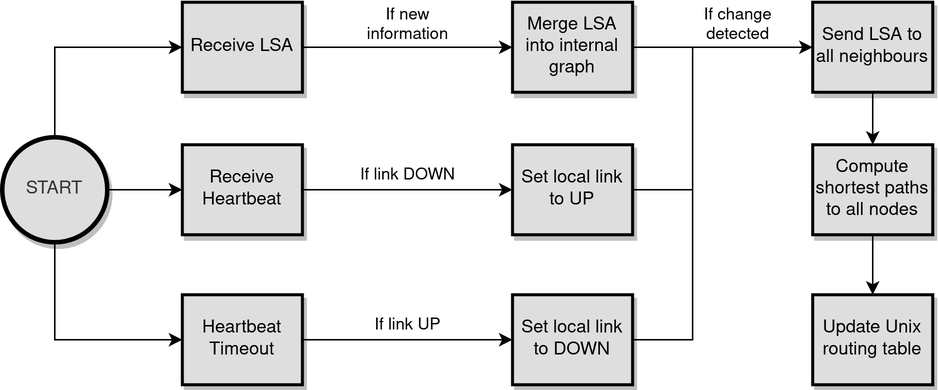
Above: images/flowchart_lsr.png in benmandrew/DTLSR-Dissertation (draw.io), before the change. Source tidied: cells renumbered, new cells last; positions are measured from the earlier drawing's top-left corner, leaving out a move shared by most shapes.
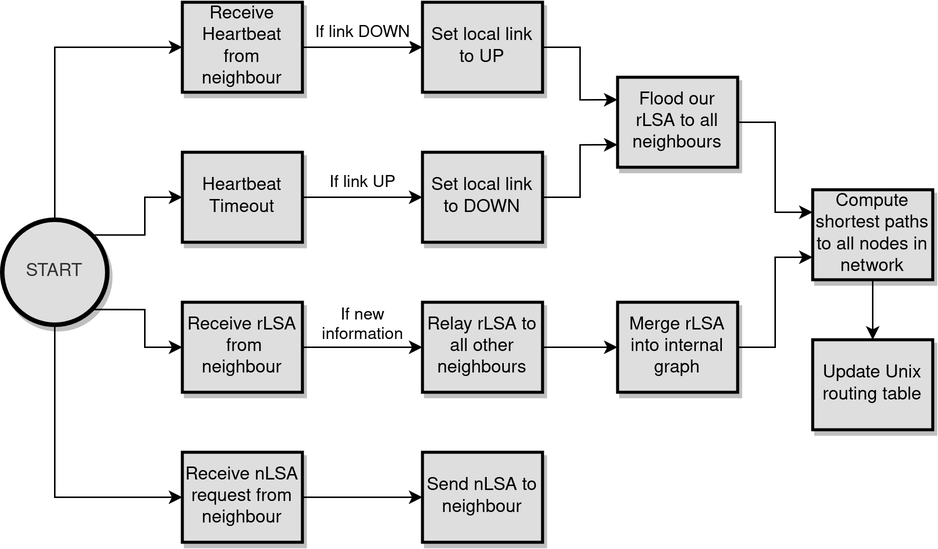
After the commit.

What changed in the source:
```diff
@@ -2,77 +2,86 @@
   <root>
     <mxCell id="0" />
     <mxCell id="1" parent="0" />
-    <mxCell id="2" style="edgeStyle=orthogonalEdgeStyle;rounded=0;jettySize=auto;html=1;exitX=1;exitY=0.5;exitDx=0;exitDy=0;endArrow=none;endFill=0;" parent="1" edge="1" source="13">
-      <mxGeometry relative="1" as="geometry">
-        <mxPoint x="460" y="125" as="targetPoint" />
-      </mxGeometry>
-    </mxCell>
-    <mxCell id="3" value="&lt;div&gt;&lt;span style=&quot;background-color: rgb(255 , 255 , 255)&quot;&gt;If new&lt;/span&gt;&lt;/div&gt;&lt;div&gt;&lt;span style=&quot;background-color: rgb(255 , 255 , 255)&quot;&gt;information&lt;/span&gt;&lt;/div&gt;" style="edgeStyle=orthogonalEdgeStyle;rounded=0;jettySize=auto;html=1;exitX=1;exitY=0.5;exitDx=0;exitDy=0;entryX=0;entryY=0.5;entryDx=0;entryDy=0;" parent="1" edge="1" source="4" target="8">
+    <mxCell id="3" value="&lt;div&gt;&lt;span style=&quot;background-color: rgb(255 , 255 , 255)&quot;&gt;If new&lt;/span&gt;&lt;/div&gt;&lt;div&gt;&lt;span style=&quot;background-color: rgb(255 , 255 , 255)&quot;&gt;information&lt;/span&gt;&lt;/div&gt;" style="edgeStyle=orthogonalEdgeStyle;rounded=0;jettySize=auto;html=1;exitX=1;exitY=0.5;exitDx=0;exitDy=0;entryX=0;entryY=0.5;entryDx=0;entryDy=0;" parent="1" edge="1" source="4" target="28">
       <mxGeometry y="15" relative="1" as="geometry" />
     </mxCell>
-    <mxCell id="4" value="&lt;div&gt;Receive LSA&lt;/div&gt;" style="rounded=0;whiteSpace=wrap;html=1;fillColor=#DEDEDE;strokeWidth=2;shadow=1;" parent="1" vertex="1">
-      <mxGeometry x="120" width="80" height="60" as="geometry" />
+    <mxCell id="4" value="&lt;div&gt;Receive rLSA&lt;/div&gt;&amp;nbsp;from neighbour" style="rounded=0;whiteSpace=wrap;html=1;fillColor=#DEDEDE;strokeWidth=2;shadow=1;" parent="1" vertex="1">
+      <mxGeometry x="130" y="215" width="80" height="60" as="geometry" />
     </mxCell>
     <mxCell id="5" value="&lt;span style=&quot;background-color: rgb(255 , 255 , 255)&quot;&gt;If link DOWN&lt;/span&gt;" style="edgeStyle=orthogonalEdgeStyle;rounded=0;jettySize=auto;html=1;exitX=1;exitY=0.5;exitDx=0;exitDy=0;entryX=0;entryY=0.5;entryDx=0;entryDy=0;" parent="1" edge="1" source="6" target="12">
       <mxGeometry y="10" relative="1" as="geometry" />
     </mxCell>
-    <mxCell id="6" value="Receive Heartbeat" style="rounded=0;whiteSpace=wrap;html=1;fillColor=#DEDEDE;strokeWidth=2;shadow=1;" parent="1" vertex="1">
-      <mxGeometry x="120" y="95" width="80" height="60" as="geometry" />
+    <mxCell id="6" value="Receive Heartbeat from neighbour" style="rounded=0;whiteSpace=wrap;html=1;fillColor=#DEDEDE;strokeWidth=2;shadow=1;" parent="1" vertex="1">
+      <mxGeometry x="130" y="15" width="80" height="60" as="geometry" />
     </mxCell>
-    <mxCell id="7" style="edgeStyle=orthogonalEdgeStyle;rounded=0;jettySize=auto;html=1;exitX=1;exitY=0.5;exitDx=0;exitDy=0;endArrow=none;endFill=0;" parent="1" edge="1" source="8">
-      <mxGeometry relative="1" as="geometry">
-        <mxPoint x="460" y="125" as="targetPoint" />
-      </mxGeometry>
-    </mxCell>
+    <mxCell id="23" style="edgeStyle=orthogonalEdgeStyle;rounded=0;jettySize=auto;html=1;exitX=1;exitY=0.5;exitDx=0;exitDy=0;entryX=0;entryY=0.75;entryDx=0;entryDy=0;startArrow=none;startFill=0;endArrow=classic;endFill=1;" parent="1" edge="1" source="8" target="21">
+      <mxGeometry relative="1" as="geometry" />
+    </mxCell>
-    <mxCell id="8" value="Merge LSA into internal graph" style="rounded=0;whiteSpace=wrap;html=1;fillColor=#DEDEDE;strokeWidth=2;shadow=1;" parent="1" vertex="1">
-      <mxGeometry x="340" width="80" height="60" as="geometry" />
+    <mxCell id="8" value="Merge rLSA into internal graph" style="rounded=0;whiteSpace=wrap;html=1;fillColor=#DEDEDE;strokeWidth=2;shadow=1;" parent="1" vertex="1">
+      <mxGeometry x="420" y="215" width="80" height="60" as="geometry" />
     </mxCell>
     <mxCell id="9" value="&lt;span style=&quot;background-color: rgb(255 , 255 , 255)&quot;&gt;If link UP&lt;/span&gt;" style="edgeStyle=orthogonalEdgeStyle;rounded=0;jettySize=auto;html=1;exitX=1;exitY=0.5;exitDx=0;exitDy=0;entryX=0;entryY=0.5;entryDx=0;entryDy=0;" parent="1" edge="1" source="10" target="13">
       <mxGeometry y="10" relative="1" as="geometry" />
     </mxCell>
     <mxCell id="10" value="Heartbeat Timeout" style="rounded=0;whiteSpace=wrap;html=1;fillColor=#DEDEDE;strokeWidth=2;shadow=1;" parent="1" vertex="1">
-      <mxGeometry x="120" y="195" width="80" height="60" as="geometry" />
+      <mxGeometry x="130" y="115" width="80" height="60" as="geometry" />
     </mxCell>
-    <mxCell id="11" value="&lt;div&gt;&lt;span style=&quot;background-color: rgb(255 , 255 , 255)&quot;&gt;If change&lt;/span&gt;&lt;/div&gt;&lt;div&gt;&lt;span style=&quot;background-color: rgb(255 , 255 , 255)&quot;&gt;detected&lt;br&gt;&lt;/span&gt;&lt;/div&gt;" style="edgeStyle=orthogonalEdgeStyle;rounded=0;jettySize=auto;html=1;exitX=1;exitY=0.5;exitDx=0;exitDy=0;entryX=0;entryY=0.5;entryDx=0;entryDy=0;endArrow=classic;endFill=1;" parent="1" edge="1" source="12" target="15">
-      <mxGeometry x="0.53" y="15" relative="1" as="geometry">
-        <Array as="points">
-          <mxPoint x="460" y="125" />
-          <mxPoint x="460" y="30" />
-        </Array>
-      </mxGeometry>
-    </mxCell>
+    <mxCell id="24" style="edgeStyle=orthogonalEdgeStyle;rounded=0;jettySize=auto;html=1;exitX=1;exitY=0.5;exitDx=0;exitDy=0;entryX=0;entryY=0.25;entryDx=0;entryDy=0;" parent="1" edge="1" source="12" target="33">
+      <mxGeometry relative="1" as="geometry" />
+    </mxCell>
     <mxCell id="12" value="Set local link to UP" style="rounded=0;whiteSpace=wrap;html=1;fillColor=#DEDEDE;strokeWidth=2;shadow=1;" parent="1" vertex="1">
-      <mxGeometry x="340" y="95" width="80" height="60" as="geometry" />
+      <mxGeometry x="290" y="15" width="80" height="60" as="geometry" />
     </mxCell>
+    <mxCell id="25" style="edgeStyle=orthogonalEdgeStyle;rounded=0;jettySize=auto;html=1;exitX=1;exitY=0.5;exitDx=0;exitDy=0;entryX=0;entryY=0.75;entryDx=0;entryDy=0;" parent="1" edge="1" source="13" target="33">
+      <mxGeometry relative="1" as="geometry" />
+    </mxCell>
     <mxCell id="13" value="Set local link to DOWN" style="rounded=0;whiteSpace=wrap;html=1;fillColor=#DEDEDE;strokeWidth=2;shadow=1;" parent="1" vertex="1">
-      <mxGeometry x="340" y="195" width="80" height="60" as="geometry" />
+      <mxGeometry x="290" y="115" width="80" height="60" as="geometry" />
     </mxCell>
-    <mxCell id="14" style="edgeStyle=orthogonalEdgeStyle;rounded=0;jettySize=auto;html=1;exitX=0.5;exitY=1;exitDx=0;exitDy=0;entryX=0.5;entryY=0;entryDx=0;entryDy=0;endArrow=classic;endFill=1;" parent="1" edge="1" source="15" target="21">
-      <mxGeometry relative="1" as="geometry" />
-    </mxCell>
-    <mxCell id="15" value="Send LSA to all neighbours" style="rounded=0;whiteSpace=wrap;html=1;fillColor=#DEDEDE;strokeWidth=2;shadow=1;" parent="1" vertex="1">
-      <mxGeometry x="540" width="80" height="60" as="geometry" />
-    </mxCell>
+    <mxCell id="26" style="edgeStyle=orthogonalEdgeStyle;rounded=0;jettySize=auto;html=1;exitX=0.5;exitY=1;exitDx=0;exitDy=0;exitPerimeter=0;entryX=0;entryY=0.5;entryDx=0;entryDy=0;" parent="1" edge="1" source="19" target="30">
+      <mxGeometry relative="1" as="geometry" />
+    </mxCell>
-    <mxCell id="16" style="edgeStyle=orthogonalEdgeStyle;rounded=0;jettySize=auto;html=1;exitX=1;exitY=0.5;exitDx=0;exitDy=0;exitPerimeter=0;entryX=0;entryY=0.5;entryDx=0;entryDy=0;endArrow=classic;endFill=1;" parent="1" edge="1" source="19" target="6">
+    <mxCell id="16" style="edgeStyle=orthogonalEdgeStyle;rounded=0;jettySize=auto;html=1;exitX=0.5;exitY=0;exitDx=0;exitDy=0;exitPerimeter=0;entryX=0;entryY=0.5;entryDx=0;entryDy=0;" parent="1" edge="1" source="19" target="6">
       <mxGeometry relative="1" as="geometry" />
     </mxCell>
+    <mxCell id="18" style="edgeStyle=orthogonalEdgeStyle;rounded=0;jettySize=auto;html=1;exitX=0.855;exitY=0.145;exitDx=0;exitDy=0;exitPerimeter=0;entryX=0;entryY=0.5;entryDx=0;entryDy=0;" parent="1" edge="1" source="19" target="10">
+      <mxGeometry relative="1" as="geometry" />
+    </mxCell>
-    <mxCell id="17" style="edgeStyle=orthogonalEdgeStyle;rounded=0;jettySize=auto;html=1;exitX=0.5;exitY=0;exitDx=0;exitDy=0;exitPerimeter=0;entryX=0;entryY=0.5;entryDx=0;entryDy=0;endArrow=classic;endFill=1;" parent="1" edge="1" source="19" target="4">
+    <mxCell id="17" style="edgeStyle=orthogonalEdgeStyle;rounded=0;jettySize=auto;html=1;exitX=0.855;exitY=0.855;exitDx=0;exitDy=0;exitPerimeter=0;entryX=0;entryY=0.5;entryDx=0;entryDy=0;" parent="1" edge="1" source="19" target="4">
       <mxGeometry relative="1" as="geometry" />
     </mxCell>
-    <mxCell id="18" style="edgeStyle=orthogonalEdgeStyle;rounded=0;jettySize=auto;html=1;exitX=0.5;exitY=1;exitDx=0;exitDy=0;exitPerimeter=0;entryX=0;entryY=0.5;entryDx=0;entryDy=0;endArrow=classic;endFill=1;" parent="1" edge="1" source="19" target="10">
-      <mxGeometry relative="1" as="geometry" />
-    </mxCell>
     <mxCell id="19" value="START" style="strokeWidth=3;html=1;shape=mxgraph.flowchart.start_2;whiteSpace=wrap;fillColor=#DEDEDE;fontColor=#333333;strokeColor=#000000;shadow=1;" parent="1" vertex="1">
-      <mxGeometry y="90" width="70" height="70" as="geometry" />
+      <mxGeometry x="10" y="160" width="70" height="70" as="geometry" />
     </mxCell>
-    <mxCell id="20" style="edgeStyle=orthogonalEdgeStyle;rounded=0;jettySize=auto;html=1;exitX=0.5;exitY=1;exitDx=0;exitDy=0;entryX=0.5;entryY=0;entryDx=0;entryDy=0;endArrow=classic;endFill=1;" parent="1" edge="1" source="21" target="22">
+    <mxCell id="20" style="edgeStyle=orthogonalEdgeStyle;rounded=0;jettySize=auto;html=1;exitX=0.5;exitY=1;exitDx=0;exitDy=0;entryX=0.5;entryY=0;entryDx=0;entryDy=0;startArrow=none;startFill=0;endArrow=classic;endFill=1;" parent="1" edge="1" source="21" target="22">
       <mxGeometry relative="1" as="geometry" />
     </mxCell>
-    <mxCell id="21" value="Compute shortest paths to all nodes" style="rounded=0;whiteSpace=wrap;html=1;fillColor=#DEDEDE;strokeWidth=2;shadow=1;" parent="1" vertex="1">
-      <mxGeometry x="540" y="95" width="80" height="60" as="geometry" />
+    <mxCell id="21" value="Compute shortest paths to all nodes in network" style="rounded=0;whiteSpace=wrap;html=1;fillColor=#DEDEDE;strokeWidth=2;shadow=1;" parent="1" vertex="1">
+      <mxGeometry x="550" y="140" width="80" height="60" as="geometry" />
     </mxCell>
     <mxCell id="22" value="Update Unix routing table" style="rounded=0;whiteSpace=wrap;html=1;fillColor=#DEDEDE;strokeWidth=2;shadow=1;" parent="1" vertex="1">
-      <mxGeometry x="540" y="195" width="80" height="60" as="geometry" />
+      <mxGeometry x="550" y="240" width="80" height="60" as="geometry" />
     </mxCell>
+    <mxCell id="27" style="edgeStyle=orthogonalEdgeStyle;rounded=0;jettySize=auto;html=1;exitX=1;exitY=0.5;exitDx=0;exitDy=0;entryX=0;entryY=0.5;entryDx=0;entryDy=0;" parent="1" edge="1" source="28" target="8">
+      <mxGeometry relative="1" as="geometry" />
+    </mxCell>
+    <mxCell id="28" value="Relay rLSA to all other neighbours" style="rounded=0;whiteSpace=wrap;html=1;fillColor=#DEDEDE;strokeWidth=2;shadow=1;" parent="1" vertex="1">
+      <mxGeometry x="290" y="215" width="80" height="60" as="geometry" />
+    </mxCell>
+    <mxCell id="29" style="edgeStyle=orthogonalEdgeStyle;rounded=0;jettySize=auto;html=1;exitX=1;exitY=0.5;exitDx=0;exitDy=0;entryX=0;entryY=0.5;entryDx=0;entryDy=0;" parent="1" edge="1" source="30" target="31">
+      <mxGeometry y="10" relative="1" as="geometry" />
+    </mxCell>
+    <mxCell id="30" value="Receive nLSA request from neighbour" style="rounded=0;whiteSpace=wrap;html=1;fillColor=#DEDEDE;strokeWidth=2;shadow=1;" parent="1" vertex="1">
+      <mxGeometry x="130" y="315" width="80" height="60" as="geometry" />
+    </mxCell>
+    <mxCell id="31" value="Send nLSA to neighbour" style="rounded=0;whiteSpace=wrap;html=1;fillColor=#DEDEDE;strokeWidth=2;shadow=1;" parent="1" vertex="1">
+      <mxGeometry x="290" y="315" width="80" height="60" as="geometry" />
+    </mxCell>
+    <mxCell id="32" style="edgeStyle=orthogonalEdgeStyle;rounded=0;jettySize=auto;html=1;exitX=1;exitY=0.5;exitDx=0;exitDy=0;entryX=0;entryY=0.25;entryDx=0;entryDy=0;startArrow=none;startFill=0;endArrow=classic;endFill=1;" parent="1" edge="1" source="33" target="21">
+      <mxGeometry relative="1" as="geometry" />
+    </mxCell>
+    <mxCell id="33" value="&lt;div&gt;Flood our rLSA to all neighbours&lt;/div&gt;" style="rounded=0;whiteSpace=wrap;html=1;fillColor=#DEDEDE;strokeWidth=2;shadow=1;" parent="1" vertex="1">
+      <mxGeometry x="420" y="65" width="80" height="60" as="geometry" />
+    </mxCell>
   </root>
 </mxGraphModel>
```
